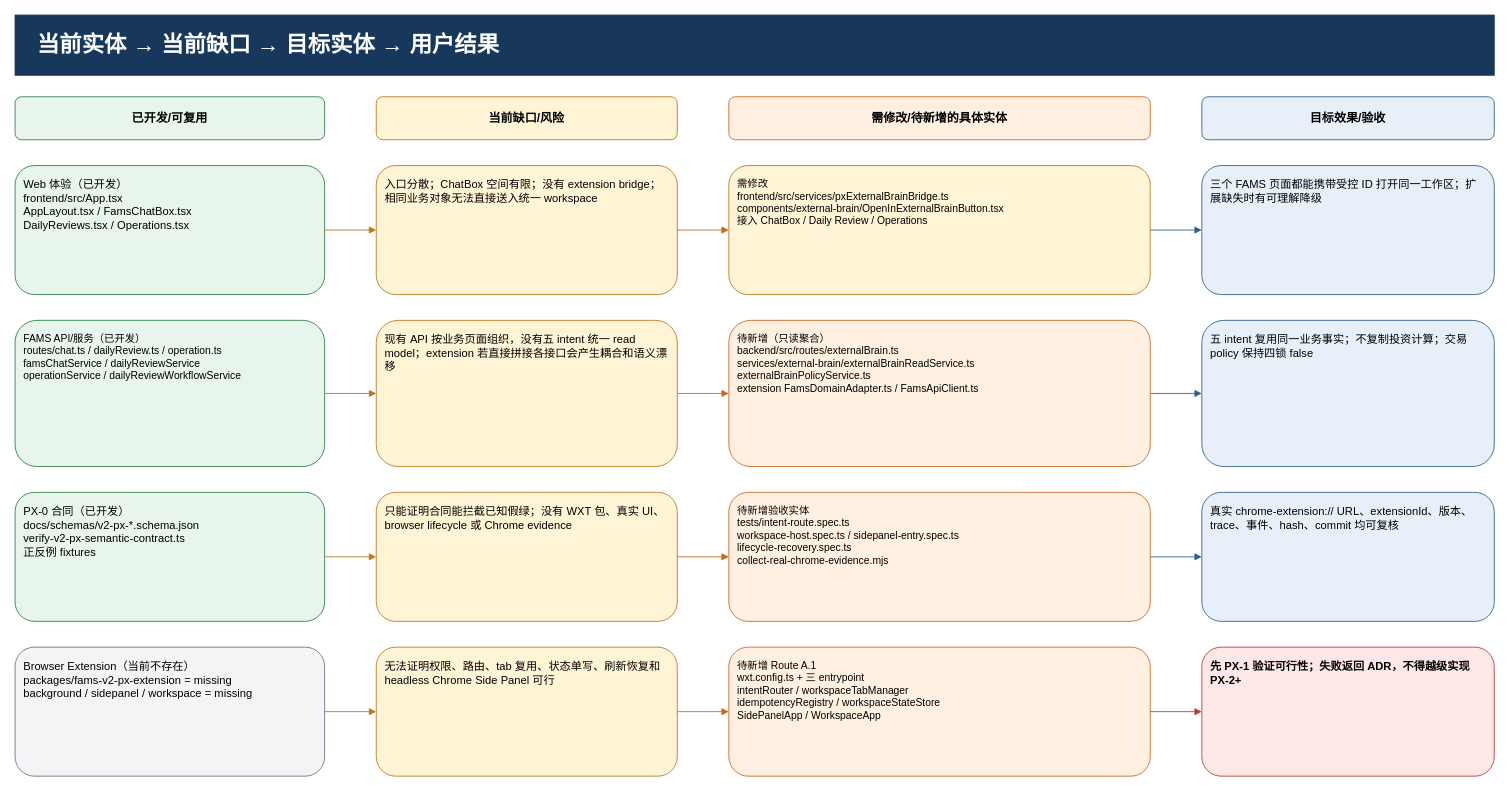
This is page "2 当前架构与目标架构差异" (2 of 8) of docs/v2-px-target-architecture-gap.drawio from ljx418/FAMS, a draw.io file, before an edit. Source tidied: cells renumbered, new cells numbered last; positions are measured from the earlier drawing's top-left corner, leaving out a move shared by most shapes. Both pictures are drawn from the tidied source at 86%, with x=0, y=0 at pixel (15, 15).
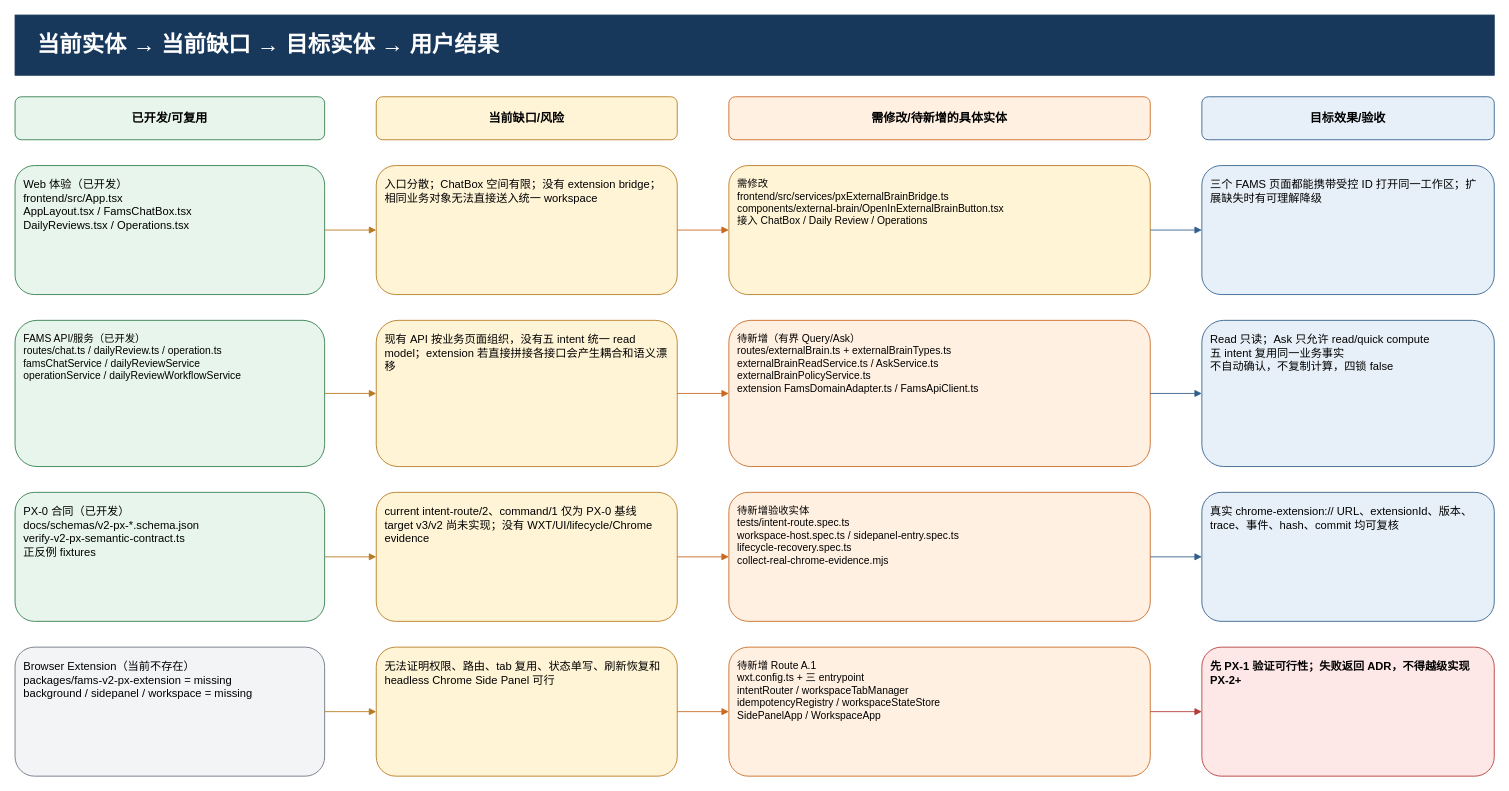
After the change.

Change to the diagram source:
```diff
@@
-    <mxCell id="13" value="待新增（只读聚合）&#10;backend/src/routes/externalBrain.ts&#10;services/external-brain/externalBrainReadService.ts&#10;externalBrainPolicyService.ts&#10;extension FamsDomainAdapter.ts / FamsApiClient.ts" style="rounded=1;whiteSpace=wrap;html=1;fontFamily=Microsoft YaHei;fontSize=12;align=left;verticalAlign=top;fillColor=#fff0e1;strokeColor=#c96820;spacing=10;" parent="1" vertex="1">
+    <mxCell id="13" value="待新增（有界 Query/Ask）&#10;routes/externalBrain.ts + externalBrainTypes.ts&#10;externalBrainReadService.ts / AskService.ts&#10;externalBrainPolicyService.ts&#10;extension FamsDomainAdapter.ts / FamsApiClient.ts" style="rounded=1;whiteSpace=wrap;html=1;fontFamily=Microsoft YaHei;fontSize=12;align=left;verticalAlign=top;fillColor=#fff0e1;strokeColor=#c96820;spacing=10;" parent="1" vertex="1">
       <mxGeometry x="830" y="355" width="490" height="170" as="geometry" />
     </mxCell>
-    <mxCell id="14" value="五 intent 复用同一业务事实；不复制投资计算；交易 policy 保持四锁 false" style="rounded=1;whiteSpace=wrap;html=1;fontFamily=Microsoft YaHei;fontSize=13;align=left;verticalAlign=top;fillColor=#e7f0f8;strokeColor=#315f8c;spacing=10;" parent="1" vertex="1">
+    <mxCell id="14" value="Read 只读；Ask 只允许 read/quick compute&#10;五 intent 复用同一业务事实&#10;不自动确认，不复制计算，四锁 false" style="rounded=1;whiteSpace=wrap;html=1;fontFamily=Microsoft YaHei;fontSize=13;align=left;verticalAlign=top;fillColor=#e7f0f8;strokeColor=#315f8c;spacing=10;" parent="1" vertex="1">
       <mxGeometry x="1380" y="355" width="340" height="170" as="geometry" />
     </mxCell>
@@
-    <mxCell id="16" value="只能证明合同能拦截已知假绿；没有 WXT 包、真实 UI、browser lifecycle 或 Chrome evidence" style="rounded=1;whiteSpace=wrap;html=1;fontFamily=Microsoft YaHei;fontSize=13;align=left;verticalAlign=top;fillColor=#fff4d6;strokeColor=#b7791f;spacing=10;" parent="1" vertex="1">
+    <mxCell id="16" value="current intent-route/2、command/1 仅为 PX-0 基线&#10;target v3/v2 尚未实现；没有 WXT/UI/lifecycle/Chrome evidence" style="rounded=1;whiteSpace=wrap;html=1;fontFamily=Microsoft YaHei;fontSize=13;align=left;verticalAlign=top;fillColor=#fff4d6;strokeColor=#b7791f;spacing=10;" parent="1" vertex="1">
       <mxGeometry x="420" y="555" width="350" height="150" as="geometry" />
     </mxCell>
```
